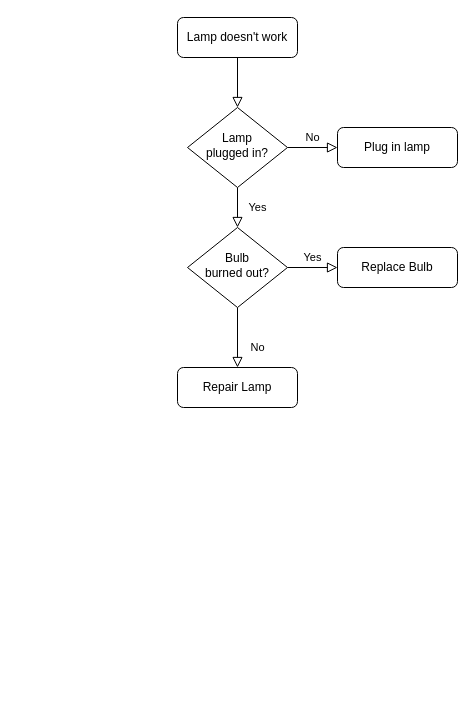
Earlier version of the draw.io diagram page "Page-1" (1 of 2) of Untitled Diagram.drawio (PriyaLTTS/Java). Source tidied: cells renumbered, new cells numbered last; positions are measured from the earlier drawing's top-left corner, leaving out a move shared by most shapes. Both pictures are drawn from the tidied source at 100%, with x=0, y=0 at pixel (177, 17).
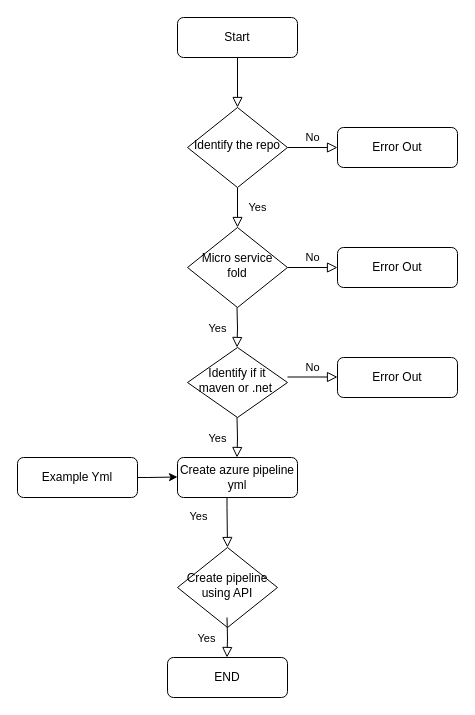
Above is the later version.

Commit message:
Python Automation

Change to the diagram source:
```diff
@@
-    <mxCell id="3" value="Lamp doesn't work" style="rounded=1;whiteSpace=wrap;html=1;fontSize=12;glass=0;strokeWidth=1;shadow=0;" parent="1" vertex="1">
+    <mxCell id="3" value="Start" style="rounded=1;whiteSpace=wrap;html=1;fontSize=12;glass=0;strokeWidth=1;shadow=0;" parent="1" vertex="1">
       <mxGeometry width="120" height="40" as="geometry" />
     </mxCell>
@@
-    <mxCell id="6" value="Lamp&lt;br&gt;plugged in?" style="rhombus;whiteSpace=wrap;html=1;shadow=0;fontFamily=Helvetica;fontSize=12;align=center;strokeWidth=1;spacing=6;spacingTop=-4;" parent="1" vertex="1">
+    <mxCell id="6" value="Identify the repo" style="rhombus;whiteSpace=wrap;html=1;shadow=0;fontFamily=Helvetica;fontSize=12;align=center;strokeWidth=1;spacing=6;spacingTop=-4;" parent="1" vertex="1">
       <mxGeometry x="10" y="90" width="100" height="80" as="geometry" />
     </mxCell>
-    <mxCell id="7" value="Plug in lamp" style="rounded=1;whiteSpace=wrap;html=1;fontSize=12;glass=0;strokeWidth=1;shadow=0;" parent="1" vertex="1">
+    <mxCell id="7" value="Error Out" style="rounded=1;whiteSpace=wrap;html=1;fontSize=12;glass=0;strokeWidth=1;shadow=0;" parent="1" vertex="1">
       <mxGeometry x="160" y="110" width="120" height="40" as="geometry" />
     </mxCell>
-    <mxCell id="8" value="No" style="rounded=0;html=1;jettySize=auto;fontSize=11;endArrow=block;endFill=0;endSize=8;strokeWidth=1;shadow=0;labelBackgroundColor=none;edgeStyle=orthogonalEdgeStyle;" parent="1" edge="1" source="10" target="11">
-      <mxGeometry x="0.33" y="20" relative="1" as="geometry" />
-    </mxCell>
-    <mxCell id="9" value="Yes" style="edgeStyle=orthogonalEdgeStyle;rounded=0;html=1;jettySize=auto;fontSize=11;endArrow=block;endFill=0;endSize=8;strokeWidth=1;shadow=0;labelBackgroundColor=none;" parent="1" edge="1" source="10" target="12">
+    <mxCell id="9" value="No" style="edgeStyle=orthogonalEdgeStyle;rounded=0;html=1;jettySize=auto;fontSize=11;endArrow=block;endFill=0;endSize=8;strokeWidth=1;shadow=0;labelBackgroundColor=none;" parent="1" edge="1" source="10" target="12">
       <mxGeometry y="10" relative="1" as="geometry" />
     </mxCell>
-    <mxCell id="10" value="Bulb&lt;br&gt;burned out?" style="rhombus;whiteSpace=wrap;html=1;shadow=0;fontFamily=Helvetica;fontSize=12;align=center;strokeWidth=1;spacing=6;spacingTop=-4;" parent="1" vertex="1">
+    <mxCell id="10" value="Micro service fold" style="rhombus;whiteSpace=wrap;html=1;shadow=0;fontFamily=Helvetica;fontSize=12;align=center;strokeWidth=1;spacing=6;spacingTop=-4;" parent="1" vertex="1">
       <mxGeometry x="10" y="210" width="100" height="80" as="geometry" />
     </mxCell>
-    <mxCell id="11" value="Repair Lamp" style="rounded=1;whiteSpace=wrap;html=1;fontSize=12;glass=0;strokeWidth=1;shadow=0;" parent="1" vertex="1">
-      <mxGeometry y="350" width="120" height="40" as="geometry" />
+    <mxCell id="11" value="Example Yml" style="rounded=1;whiteSpace=wrap;html=1;fontSize=12;glass=0;strokeWidth=1;shadow=0;" parent="1" vertex="1">
+      <mxGeometry x="-160" y="440" width="120" height="40" as="geometry" />
     </mxCell>
-    <mxCell id="12" value="Replace Bulb" style="rounded=1;whiteSpace=wrap;html=1;fontSize=12;glass=0;strokeWidth=1;shadow=0;" parent="1" vertex="1">
+    <mxCell id="12" value="Error Out" style="rounded=1;whiteSpace=wrap;html=1;fontSize=12;glass=0;strokeWidth=1;shadow=0;" parent="1" vertex="1">
       <mxGeometry x="160" y="230" width="120" height="40" as="geometry" />
     </mxCell>
+    <mxCell id="13" value="Identify if it maven or .net&amp;nbsp;" style="rhombus;whiteSpace=wrap;html=1;shadow=0;fontFamily=Helvetica;fontSize=12;align=center;strokeWidth=1;spacing=6;spacingTop=-4;" parent="1" vertex="1">
+      <mxGeometry x="10" y="330" width="100" height="70" as="geometry" />
+    </mxCell>
+    <mxCell id="14" value="Yes" style="rounded=0;html=1;jettySize=auto;orthogonalLoop=1;fontSize=11;endArrow=block;endFill=0;endSize=8;strokeWidth=1;shadow=0;labelBackgroundColor=none;edgeStyle=orthogonalEdgeStyle;" parent="1" edge="1">
+      <mxGeometry y="20" relative="1" as="geometry">
+        <mxPoint x="59.5" y="400" as="sourcePoint" />
+        <mxPoint x="59.5" y="440" as="targetPoint" />
+      </mxGeometry>
+    </mxCell>
+    <mxCell id="15" value="Yes" style="rounded=0;html=1;jettySize=auto;orthogonalLoop=1;fontSize=11;endArrow=block;endFill=0;endSize=8;strokeWidth=1;shadow=0;labelBackgroundColor=none;edgeStyle=orthogonalEdgeStyle;" parent="1" edge="1">
+      <mxGeometry y="20" relative="1" as="geometry">
+        <mxPoint x="59.5" y="290" as="sourcePoint" />
+        <mxPoint x="59.5" y="330" as="targetPoint" />
+      </mxGeometry>
+    </mxCell>
+    <mxCell id="8" value="No" style="edgeStyle=orthogonalEdgeStyle;rounded=0;html=1;jettySize=auto;orthogonalLoop=1;fontSize=11;endArrow=block;endFill=0;endSize=8;strokeWidth=1;shadow=0;labelBackgroundColor=none;" parent="1" edge="1">
+      <mxGeometry y="10" relative="1" as="geometry">
+        <mxPoint x="110" y="359.5" as="sourcePoint" />
+        <mxPoint x="160" y="359.5" as="targetPoint" />
+      </mxGeometry>
+    </mxCell>
+    <mxCell id="16" value="Create azure pipeline yml" style="rounded=1;whiteSpace=wrap;html=1;fontSize=12;glass=0;strokeWidth=1;shadow=0;" parent="1" vertex="1">
+      <mxGeometry y="440" width="120" height="40" as="geometry" />
+    </mxCell>
+    <mxCell id="17" value="Error Out" style="rounded=1;whiteSpace=wrap;html=1;fontSize=12;glass=0;strokeWidth=1;shadow=0;" parent="1" vertex="1">
+      <mxGeometry x="160" y="340" width="120" height="40" as="geometry" />
+    </mxCell>
+    <mxCell id="18" value="Create pipeline using API" style="rhombus;whiteSpace=wrap;html=1;shadow=0;fontFamily=Helvetica;fontSize=12;align=center;strokeWidth=1;spacing=6;spacingTop=-4;" parent="1" vertex="1">
+      <mxGeometry y="530" width="100" height="80" as="geometry" />
+    </mxCell>
+    <mxCell id="19" value="Yes" style="rounded=0;html=1;jettySize=auto;fontSize=11;endArrow=block;endFill=0;endSize=8;strokeWidth=1;shadow=0;labelBackgroundColor=none;edgeStyle=orthogonalEdgeStyle;entryX=0.5;entryY=0;entryDx=0;entryDy=0;" parent="1" edge="1" target="18">
+      <mxGeometry x="-0.25" y="-29" relative="1" as="geometry">
+        <mxPoint x="49.5" y="480" as="sourcePoint" />
+        <Array as="points">
+          <mxPoint x="50" y="490" />
+          <mxPoint x="50" y="490" />
+        </Array>
+      </mxGeometry>
+    </mxCell>
+    <mxCell id="20" value="END" style="rounded=1;whiteSpace=wrap;html=1;fontSize=12;glass=0;strokeWidth=1;shadow=0;" parent="1" vertex="1">
+      <mxGeometry x="-10" y="640" width="120" height="40" as="geometry" />
+    </mxCell>
+    <mxCell id="21" value="Yes" style="rounded=0;html=1;jettySize=auto;orthogonalLoop=1;fontSize=11;endArrow=block;endFill=0;endSize=8;strokeWidth=1;shadow=0;labelBackgroundColor=none;edgeStyle=orthogonalEdgeStyle;" parent="1" edge="1">
+      <mxGeometry y="21" relative="1" as="geometry">
+        <mxPoint x="49.5" y="600" as="sourcePoint" />
+        <mxPoint x="49.5" y="640" as="targetPoint" />
+      </mxGeometry>
+    </mxCell>
+    <mxCell id="22" style="endArrow=classic;html=1;rounded=0;" parent="1" edge="1">
+      <mxGeometry relative="1" as="geometry">
+        <mxPoint x="-30" y="460" as="sourcePoint" />
+        <mxPoint y="459.5" as="targetPoint" />
+        <Array as="points">
+          <mxPoint x="-40" y="460" />
+          <mxPoint x="-30" y="460" />
+        </Array>
+      </mxGeometry>
+    </mxCell>
```
